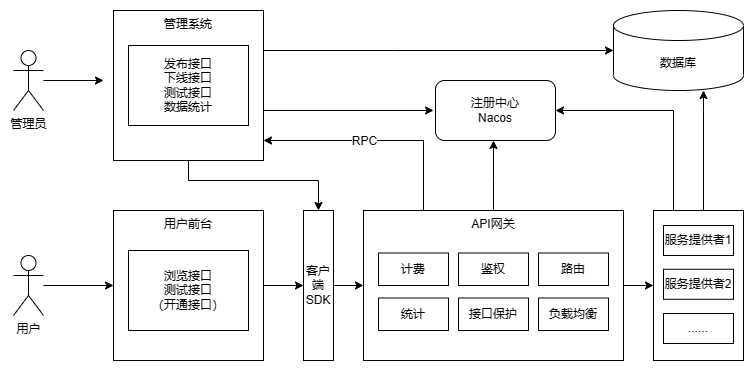
Earlier version of the draw.io export img/架构图.png (z1013007148/myAPI-backend). Source tidied: cells renumbered, new cells last; positions are measured from the earlier drawing's top-left corner, leaving out a move shared by most shapes.
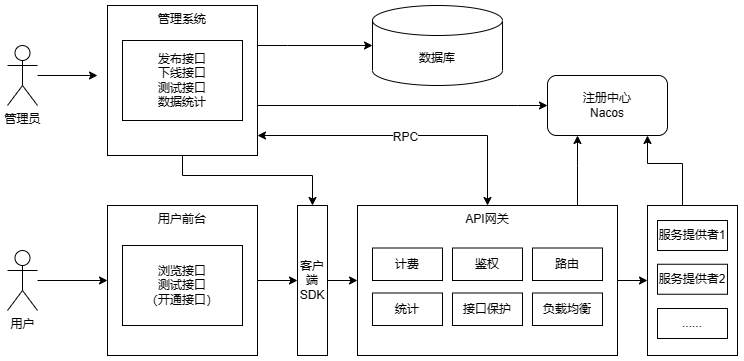
Above is the later version.

Change to the diagram source:
```diff
@@ -19,8 +19,8 @@
     <mxCell id="6" style="edgeStyle=orthogonalEdgeStyle;rounded=0;jettySize=auto;html=1;entryX=0;entryY=0.5;entryDx=0;entryDy=0;entryPerimeter=0;" parent="1" edge="1" source="10" target="20">
       <mxGeometry relative="1" as="geometry">
         <Array as="points">
-          <mxPoint x="380" y="40" />
-          <mxPoint x="380" y="40" />
+          <mxPoint x="280" y="40" />
+          <mxPoint x="280" y="40" />
         </Array>
       </mxGeometry>
     </mxCell>
@@ -32,18 +32,23 @@
         </Array>
       </mxGeometry>
     </mxCell>
+    <mxCell id="35" style="edgeStyle=orthogonalEdgeStyle;rounded=0;jettySize=auto;html=1;entryX=0;entryY=0.5;entryDx=0;entryDy=0;" parent="1" edge="1" source="10" target="32">
+      <mxGeometry relative="1" as="geometry">
+        <Array as="points">
+          <mxPoint x="510" y="100" />
+          <mxPoint x="510" y="100" />
+        </Array>
+      </mxGeometry>
+    </mxCell>
-    <mxCell id="8" style="edgeStyle=orthogonalEdgeStyle;rounded=0;jettySize=auto;html=1;entryX=0.5;entryY=0;entryDx=0;entryDy=0;startArrow=classic;startFill=1;endArrow=none;endFill=0;" parent="1" edge="1" source="10" target="19">
+    <mxCell id="8" style="edgeStyle=orthogonalEdgeStyle;rounded=0;jettySize=auto;html=1;entryX=0.5;entryY=0;entryDx=0;entryDy=0;startArrow=classic;startFill=1;" parent="1" edge="1" source="10" target="19">
       <mxGeometry relative="1" as="geometry">
         <Array as="points">
-          <mxPoint x="410" y="130" />
-          <mxPoint x="410" y="200" />
+          <mxPoint x="480" y="130" />
         </Array>
       </mxGeometry>
     </mxCell>
     <mxCell id="9" value="RPC" style="edgeLabel;html=1;align=center;verticalAlign=middle;" parent="8" vertex="1">
-      <mxGeometry x="-0.02" y="-2" relative="1" as="geometry">
-        <mxPoint x="-47" y="-2" as="offset" />
-      </mxGeometry>
+      <mxGeometry x="-0.02" y="-2" relative="1" as="geometry" />
     </mxCell>
     <mxCell id="10" value="管理系统" style="whiteSpace=wrap;html=1;verticalAlign=top;" parent="1" vertex="1">
       <mxGeometry x="100" width="150" height="150" as="geometry" />
@@ -72,8 +77,8 @@
     <mxCell id="18" style="edgeStyle=orthogonalEdgeStyle;rounded=0;jettySize=auto;html=1;" parent="1" edge="1" source="19" target="32">
       <mxGeometry relative="1" as="geometry">
         <Array as="points">
-          <mxPoint x="480" y="170" />
-          <mxPoint x="480" y="170" />
+          <mxPoint x="570" y="160" />
+          <mxPoint x="570" y="160" />
         </Array>
       </mxGeometry>
     </mxCell>
@@ -81,7 +86,7 @@
       <mxGeometry x="350" y="200" width="260" height="150" as="geometry" />
     </mxCell>
     <mxCell id="20" value="数据库" style="shape=cylinder3;whiteSpace=wrap;html=1;boundedLbl=1;backgroundOutline=1;size=15;" parent="1" vertex="1">
-      <mxGeometry x="600" width="130" height="80" as="geometry" />
+      <mxGeometry x="365" width="130" height="80" as="geometry" />
     </mxCell>
     <mxCell id="21" value="计费" style="rounded=0;whiteSpace=wrap;html=1;" parent="1" vertex="1">
       <mxGeometry x="365" y="242.5" width="70" height="32.5" as="geometry" />
@@ -104,7 +109,8 @@
     <mxCell id="27" style="edgeStyle=orthogonalEdgeStyle;rounded=0;jettySize=auto;html=1;" parent="1" edge="1" source="28" target="32">
       <mxGeometry relative="1" as="geometry">
         <Array as="points">
-          <mxPoint x="660" y="100" />
+          <mxPoint x="675" y="158" />
+          <mxPoint x="640" y="158" />
         </Array>
       </mxGeometry>
     </mxCell>
@@ -121,24 +127,7 @@
       <mxGeometry x="650" y="303" width="70" height="30" as="geometry" />
     </mxCell>
     <mxCell id="32" value="注册中心&lt;br&gt;Nacos" style="rounded=1;whiteSpace=wrap;html=1;" parent="1" vertex="1">
-      <mxGeometry x="422" y="70" width="120" height="60" as="geometry" />
+      <mxGeometry x="540" y="70" width="120" height="60" as="geometry" />
     </mxCell>
-    <mxCell id="33" style="edgeStyle=orthogonalEdgeStyle;rounded=0;jettySize=auto;html=1;" parent="1" edge="1" target="20">
-      <mxGeometry relative="1" as="geometry">
-        <mxPoint x="690" y="200" as="sourcePoint" />
-        <Array as="points">
-          <mxPoint x="690" y="100" />
-          <mxPoint x="690" y="100" />
-        </Array>
-      </mxGeometry>
-    </mxCell>
-    <mxCell id="34" style="edgeStyle=orthogonalEdgeStyle;rounded=0;jettySize=auto;html=1;exitX=1;exitY=0.5;exitDx=0;exitDy=0;" parent="1" edge="1" source="10">
-      <mxGeometry relative="1" as="geometry">
-        <mxPoint x="420" y="100" as="targetPoint" />
-        <Array as="points">
-          <mxPoint x="250" y="100" />
-        </Array>
-      </mxGeometry>
-    </mxCell>
   </root>
 </mxGraphModel>
```
